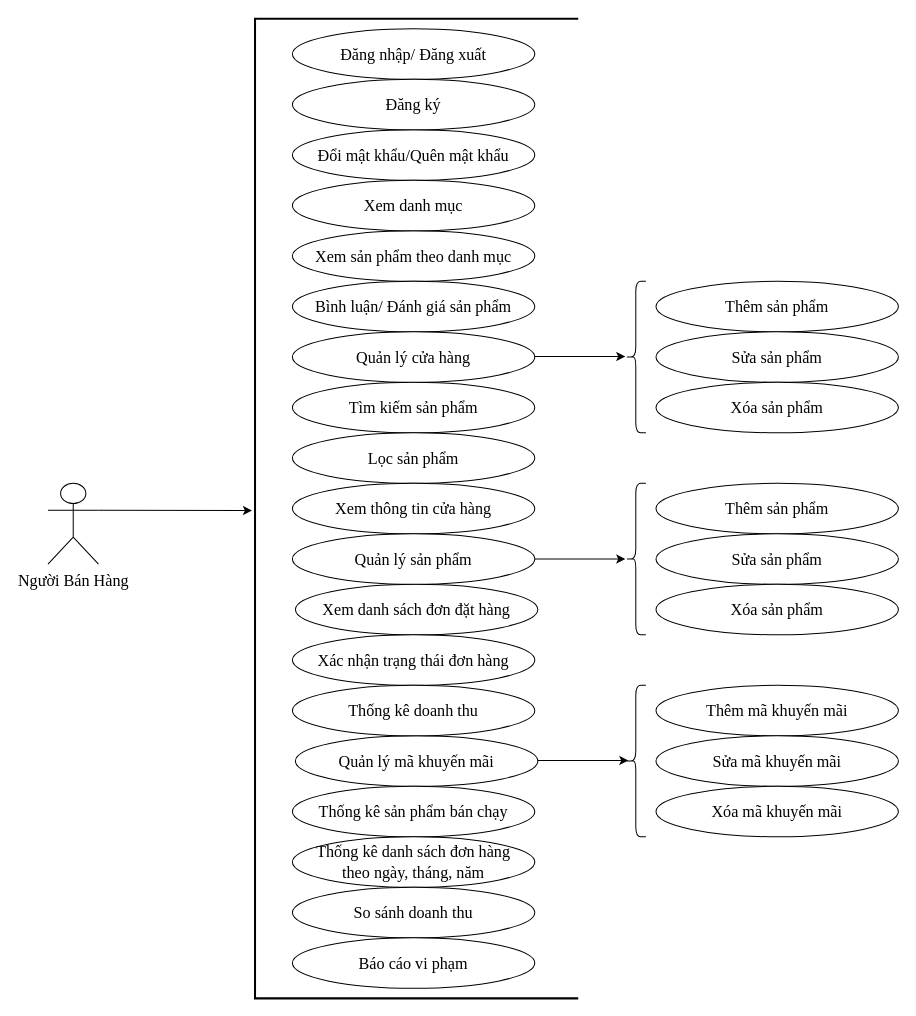
The draw.io diagram usecase2.drawio in nguyenthanhdat22012001/project-ecommerce, before the edit. Source tidied: cells renumbered, new cells numbered last; positions are measured from the earlier drawing's top-left corner, leaving out a move shared by most shapes. Both pictures are drawn from the tidied source at 101%, with x=0, y=0 at pixel (47, 18).
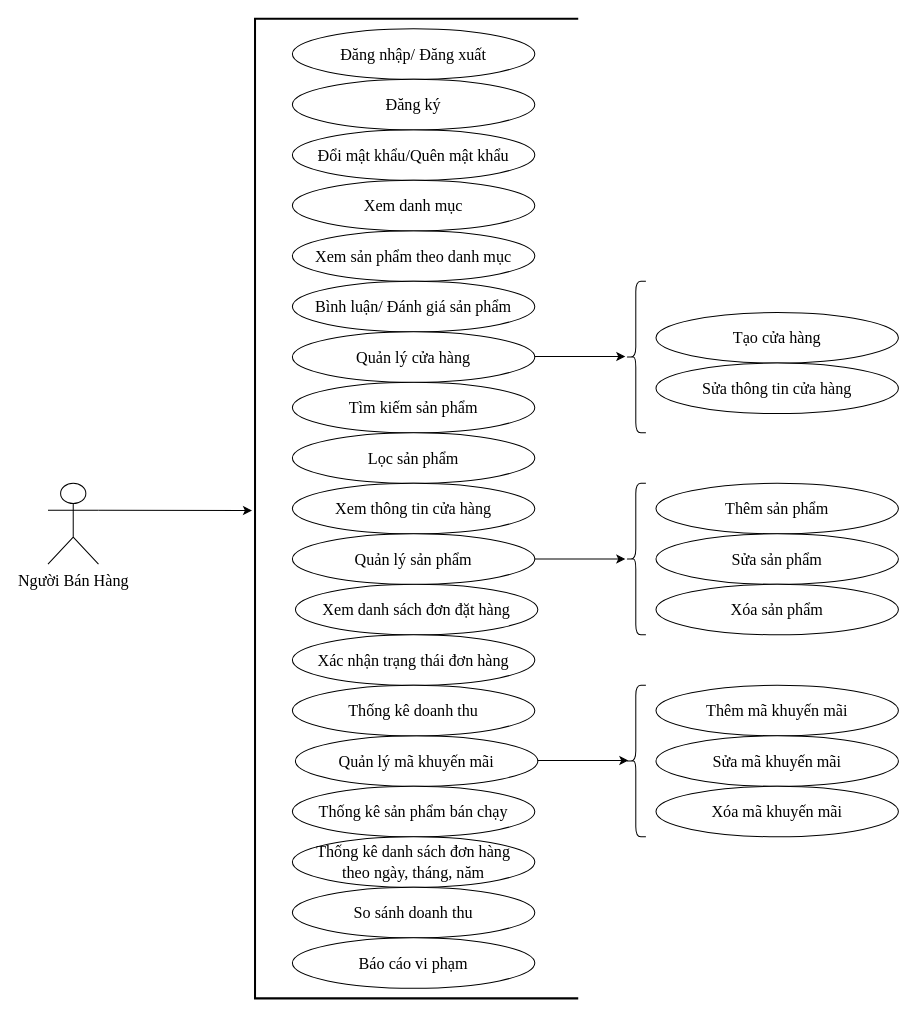
Above is the later version.

The edit, as a diff of the source:
```diff
@@
-    <mxCell id="28" value="Thêm sản phẩm" style="ellipse;whiteSpace=wrap;html=1;fontFamily=Times New Roman;fontSize=16;" parent="1" vertex="1">
-      <mxGeometry x="602" y="260" width="240" height="50" as="geometry" />
+    <mxCell id="28" value="Tạo cửa hàng" style="ellipse;whiteSpace=wrap;html=1;fontFamily=Times New Roman;fontSize=16;" parent="1" vertex="1">
+      <mxGeometry x="602" y="291" width="240" height="50" as="geometry" />
     </mxCell>
-    <mxCell id="29" value="Sửa sản phẩm" style="ellipse;whiteSpace=wrap;html=1;fontFamily=Times New Roman;fontSize=16;" parent="1" vertex="1">
-      <mxGeometry x="602" y="310" width="240" height="50" as="geometry" />
+    <mxCell id="29" value="Sửa thông tin cửa hàng" style="ellipse;whiteSpace=wrap;html=1;fontFamily=Times New Roman;fontSize=16;" parent="1" vertex="1">
+      <mxGeometry x="602" y="341" width="240" height="50" as="geometry" />
     </mxCell>
-    <mxCell id="30" value="Xóa sản phẩm" style="ellipse;whiteSpace=wrap;html=1;fontFamily=Times New Roman;fontSize=16;" parent="1" vertex="1">
-      <mxGeometry x="602" y="360" width="240" height="50" as="geometry" />
-    </mxCell>
```
